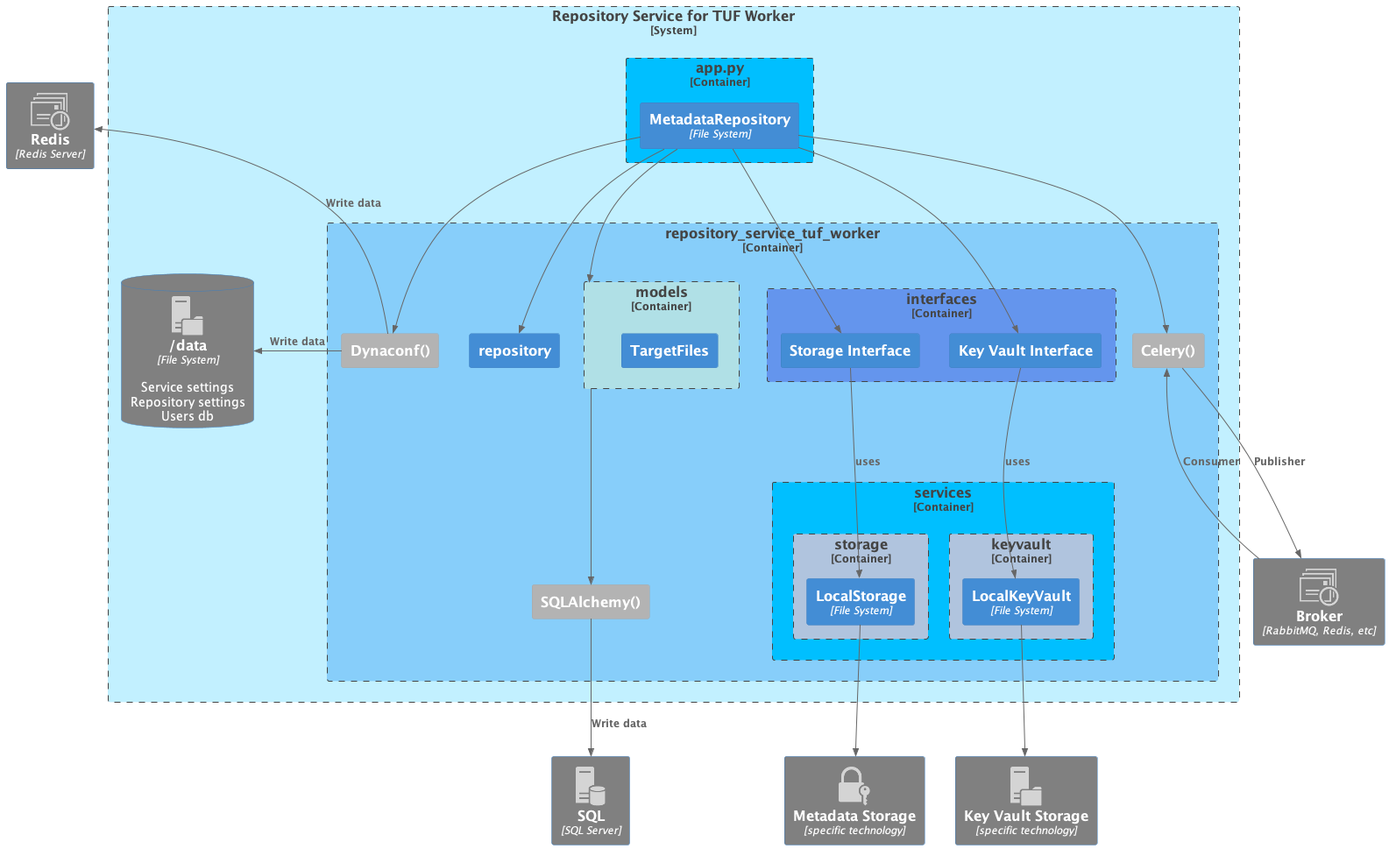
Above: docs/source/_static/repository-service-tuf-worker-C3.png in repository-service-tuf/repository-service-tuf-worker (PlantUML), before the change.
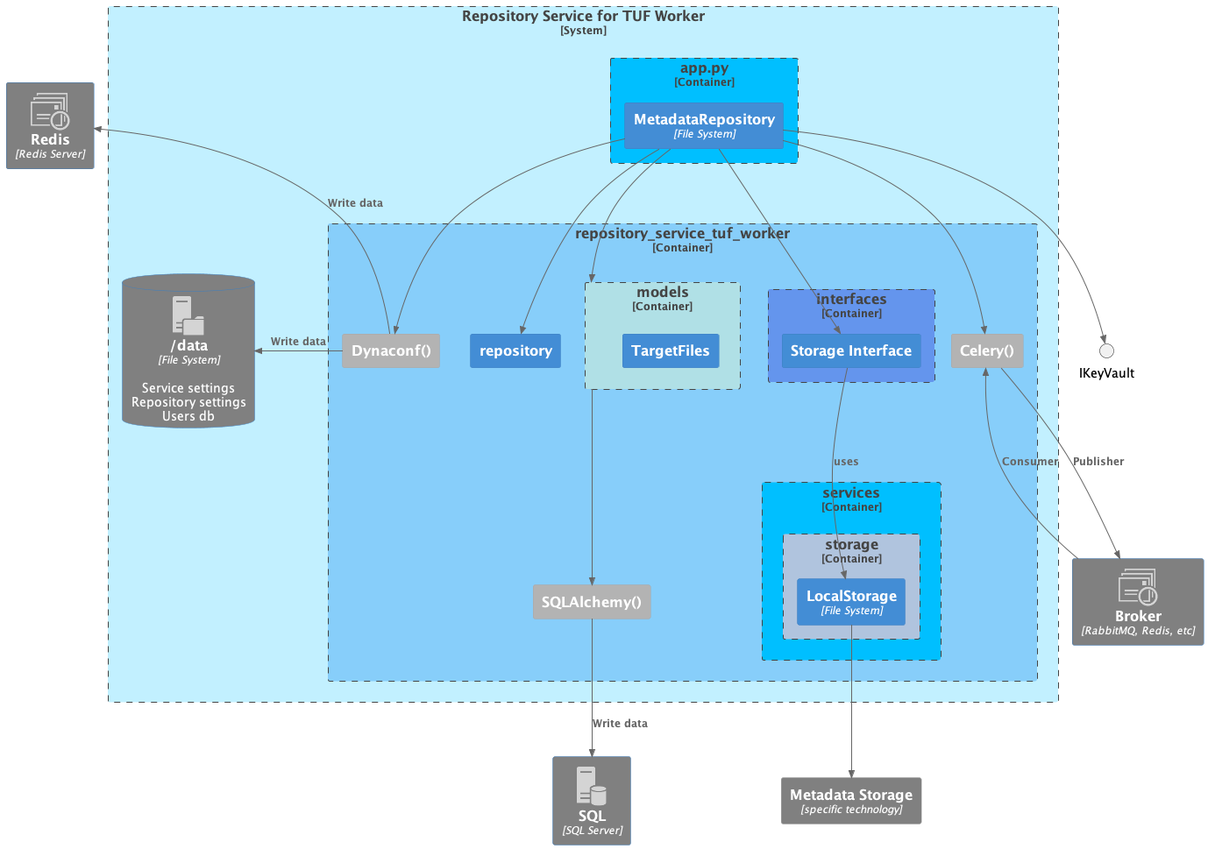
The same diagram one commit later.

Diff of the diagram source:
```diff
@@ -20,7 +20,6 @@
 
 
 AddContainerTag("webui", $sprite="application_server", $legendText="Web UI Interface", $bgColor=Gray)
-AddContainerTag("key_service", $sprite="lock_with_key_security", $legendText="Key Service", $bgColor=Gray)
 AddContainerTag("storage_service", $sprite="file_server", $legendText="Storage Service", $bgColor=Gray)
 AddContainerTag("rest_api", $sprite="web_server", $legendText="Repository REST API")
 AddContainerTag("repository_service_tuf_worker", $sprite="service_application", $legendText="Repository Metadata Worker")
@@ -54,12 +53,8 @@
         }
         Container_Boundary(interfaces, "interfaces") #CornflowerBlue {
             Container(IStorage, "Storage Interface")
-            Container(IKeyVault, "Key Vault Interface")
         }
         Container_Boundary(services, "services") #DeepSkyBlue{
-            Container_Boundary(keyvault, "keyvault") #LightSteelBlue {
-                Container(LocalKeyVault, "LocalKeyVault", "File System")
-            }
             Container_Boundary(storage, "storage") #LightSteelBlue {
                 Container(LocalStorage, "LocalStorage", "File System")
             }
@@ -73,11 +68,8 @@
 Container_Ext(redis, "Redis", "Redis Server", $tags="queue") #Grey
 Container_Ext(sql, "SQL", "SQL Server", $tags="sql_db") #Grey
 Container_Ext(ext_storage, "Metadata Storage", "specific technology", $tags="key_service") #Grey
-Container_Ext(ext_key_storage, "Key Vault Storage", "specific technology", $tags="storage_service") #Grey
 
 Rel(LocalStorage, ext_storage, " ")
-Rel(LocalKeyVault, ext_key_storage, " ")
-Rel(IKeyVault, LocalKeyVault, "uses")
 Rel(IStorage, LocalStorage, "uses")
 Rel(metadata_repository, IStorage, " ")
 Rel(metadata_repository, IKeyVault, " ")
```
